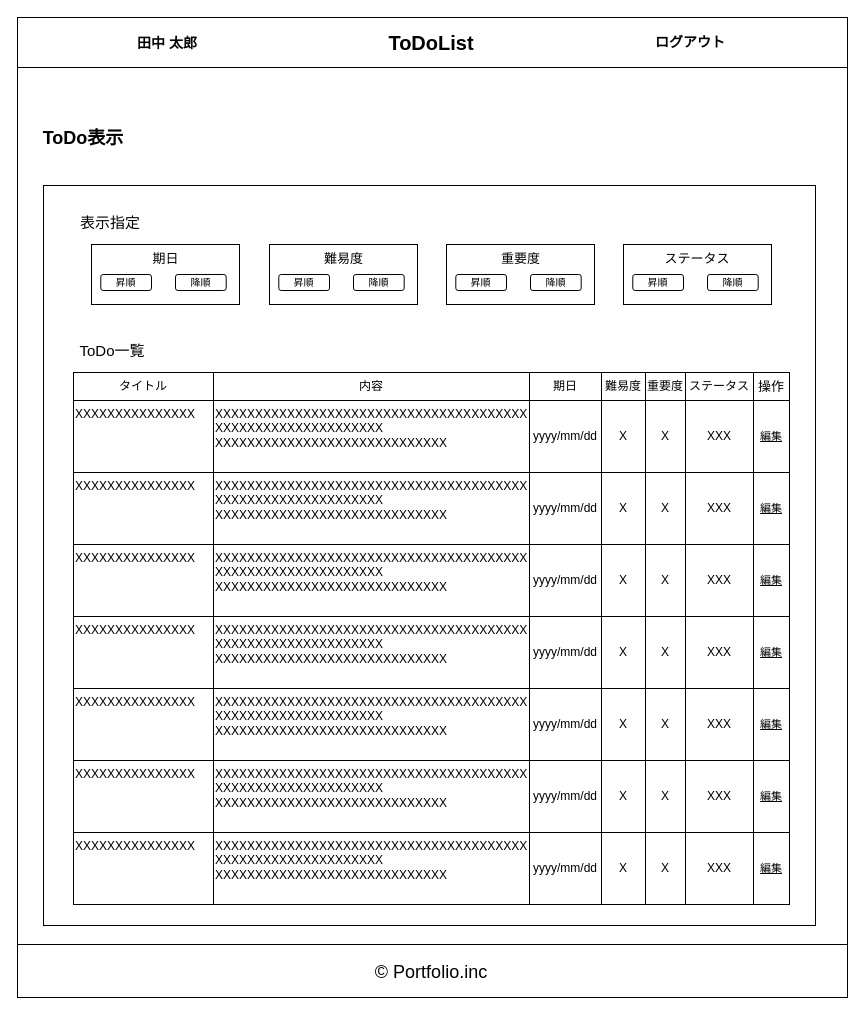
Earlier version of the draw.io diagram portfolio03/01/layout/todo_show/portfolio03_01_todo_show.drawio (RRRYOOO/portfolio). Source tidied: cells renumbered, new cells numbered last; positions are measured from the earlier drawing's top-left corner, leaving out a move shared by most shapes. Both pictures are drawn from the tidied source at 100%, with x=0, y=0 at pixel (17, 17).
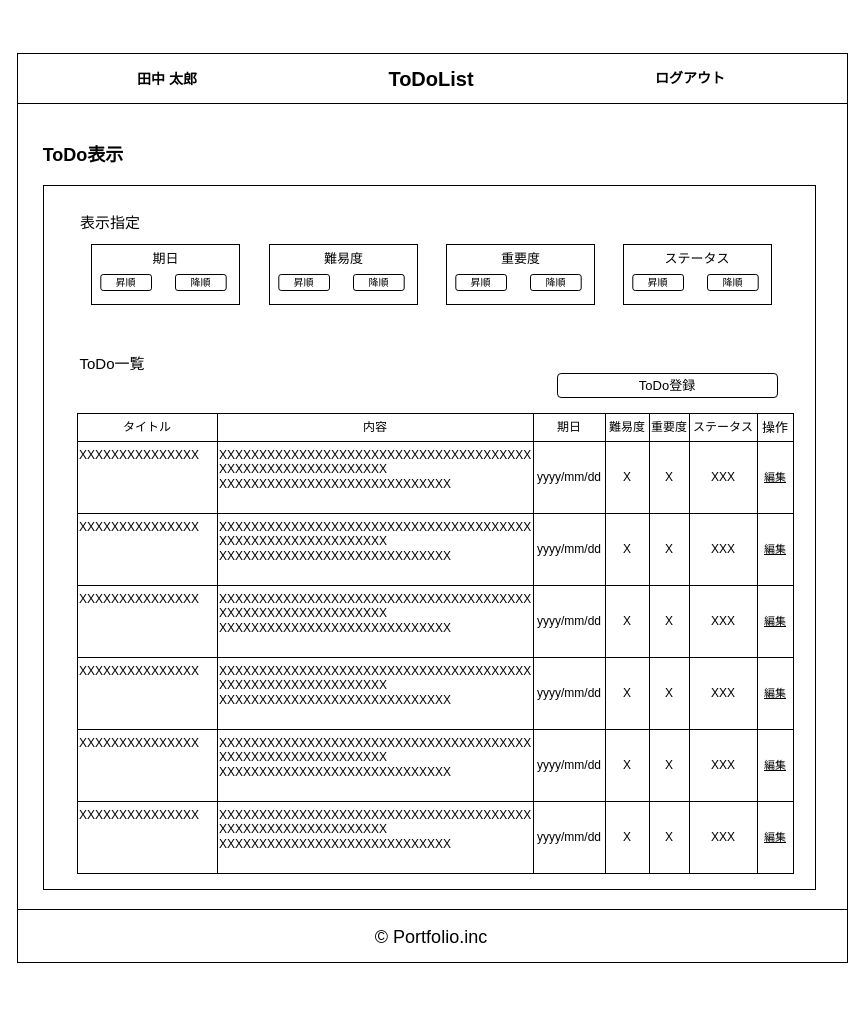
The same diagram, later.

Commit message (it also covers changes not shown here):
created the layout of todo show.

Unchanged cells that the change refers to:
```xml
<mxCell id="2" style="group;" parent="1" vertex="1">
  <mxGeometry width="830" height="972" as="geometry" />
</mxCell>
<mxCell id="21" style="group;" parent="20" vertex="1">
  <mxGeometry width="748" height="72" as="geometry" />
</mxCell>
<mxCell id="22" value="XXXXXXXXXXXXXXX" style="rounded=0;whiteSpace=wrap;html=1;align=left;verticalAlign=top;" parent="21" vertex="1">
  <mxGeometry width="140" height="72" as="geometry" />
</mxCell>
<mxCell id="23" value="XXXXXXXXXXXXXXXXXXXXXXXXXXXXXXXXXXXXXXX&lt;br&gt;XXXXXXXXXXXXXXXXXXXXX&lt;br&gt;XXXXXXXXXXXXXXXXXXXXXXXXXXXXX" style="rounded=0;whiteSpace=wrap;html=1;verticalAlign=top;align=left;" parent="21" vertex="1">
  <mxGeometry x="140" width="316" height="72" as="geometry" />
</mxCell>
```

The edit, as a diff of the source:
```diff
@@
     <mxCell id="3" style="rounded=0;whiteSpace=wrap;html=1;" parent="2" vertex="1">
-      <mxGeometry y="0.5" width="830" height="971.5" as="geometry" />
+      <mxGeometry y="60" width="830" height="864" as="geometry" />
     </mxCell>
     <mxCell id="4" style="rounded=0;whiteSpace=wrap;html=1;" parent="2" vertex="1">
-      <mxGeometry width="830" height="50" as="geometry" />
+      <mxGeometry y="36" width="830" height="50" as="geometry" />
     </mxCell>
     <mxCell id="5" style="rounded=0;whiteSpace=wrap;html=1;" parent="2" vertex="1">
-      <mxGeometry y="927" width="830" height="53" as="geometry" />
+      <mxGeometry y="892" width="830" height="53" as="geometry" />
     </mxCell>
     <mxCell id="6" value="&lt;font style=&quot;font-size: 18px&quot;&gt;© Portfolio.inc&lt;/font&gt;" style="text;html=1;strokeColor=none;fillColor=none;align=center;verticalAlign=middle;whiteSpace=wrap;rounded=0;fontSize=20;" parent="2" vertex="1">
-      <mxGeometry x="298" y="943.5" width="232" height="20" as="geometry" />
+      <mxGeometry x="298" y="908.5" width="232" height="20" as="geometry" />
     </mxCell>
     <mxCell id="7" value="&lt;font size=&quot;1&quot;&gt;&lt;b style=&quot;font-size: 18px&quot;&gt;ToDo表示&lt;/b&gt;&lt;/font&gt;" style="text;html=1;strokeColor=none;fillColor=none;align=center;verticalAlign=middle;whiteSpace=wrap;rounded=0;fontSize=17;" parent="2" vertex="1">
-      <mxGeometry x="16" y="111" width="100" height="20" as="geometry" />
+      <mxGeometry x="16" y="128" width="100" height="20" as="geometry" />
     </mxCell>
     <mxCell id="8" value="&lt;b&gt;&lt;font style=&quot;font-size: 20px&quot;&gt;ToDoList&lt;/font&gt;&lt;/b&gt;" style="text;html=1;strokeColor=none;fillColor=none;align=center;verticalAlign=middle;whiteSpace=wrap;rounded=0;strokeWidth=4;" parent="2" vertex="1">
-      <mxGeometry x="334" y="10" width="160" height="30" as="geometry" />
+      <mxGeometry x="334" y="46" width="160" height="30" as="geometry" />
     </mxCell>
     <mxCell id="9" value="&lt;span style=&quot;font-size: 14px;&quot;&gt;&lt;b style=&quot;font-size: 14px;&quot;&gt;田中 太郎&lt;/b&gt;&lt;/span&gt;" style="text;html=1;strokeColor=none;fillColor=none;align=center;verticalAlign=middle;whiteSpace=wrap;rounded=0;fontSize=14;" parent="2" vertex="1">
-      <mxGeometry x="100" y="16" width="100" height="20" as="geometry" />
+      <mxGeometry x="100" y="52" width="100" height="20" as="geometry" />
     </mxCell>
     <mxCell id="10" value="&lt;b&gt;ログアウト&lt;/b&gt;" style="text;html=1;strokeColor=none;fillColor=none;align=center;verticalAlign=middle;whiteSpace=wrap;rounded=0;fontSize=14;" parent="2" vertex="1">
-      <mxGeometry x="623" y="15" width="100" height="20" as="geometry" />
+      <mxGeometry x="623" y="51" width="100" height="20" as="geometry" />
     </mxCell>
     <mxCell id="11" style="rounded=0;whiteSpace=wrap;html=1;fillColor=none;" parent="2" vertex="1">
-      <mxGeometry x="26" y="168" width="772" height="740" as="geometry" />
+      <mxGeometry x="26" y="168" width="772" height="704" as="geometry" />
     </mxCell>
+    <mxCell id="98" value="ToDo一覧" style="text;html=1;strokeColor=none;fillColor=none;align=center;verticalAlign=middle;whiteSpace=wrap;rounded=0;fontSize=15;" parent="2" vertex="1">
+      <mxGeometry x="57" y="336" width="76" height="20" as="geometry" />
+    </mxCell>
     <mxCell id="12" style="group;" parent="1" vertex="1">
-      <mxGeometry x="56" y="355" width="748" height="460" as="geometry" />
+      <mxGeometry x="60" y="396" width="748" height="460" as="geometry" />
     </mxCell>
@@
+    <mxCell id="108" style="edgeStyle=orthogonalEdgeStyle;rounded=0;jettySize=auto;html=1;exitX=0;exitY=0.75;exitDx=0;exitDy=0;entryX=1;entryY=0.75;entryDx=0;entryDy=0;fontSize=13;" parent="21" edge="1" source="23" target="22">
+      <mxGeometry relative="1" as="geometry" />
+    </mxCell>
@@
-    <mxCell id="98" value="ToDo一覧" style="text;html=1;strokeColor=none;fillColor=none;align=center;verticalAlign=middle;whiteSpace=wrap;rounded=0;fontSize=15;" parent="1" vertex="1">
-      <mxGeometry x="57" y="323" width="76" height="20" as="geometry" />
-    </mxCell>
-    <mxCell id="99" style="group;align=left;verticalAlign=top;fontSize=11;" parent="1" vertex="1">
-      <mxGeometry x="56" y="815" width="748" height="72" as="geometry" />
-    </mxCell>
-    <mxCell id="100" style="group;" parent="99" vertex="1">
-      <mxGeometry width="748" height="72" as="geometry" />
-    </mxCell>
-    <mxCell id="101" value="XXXXXXXXXXXXXXX" style="rounded=0;whiteSpace=wrap;html=1;align=left;verticalAlign=top;" parent="100" vertex="1">
-      <mxGeometry width="140" height="72" as="geometry" />
-    </mxCell>
-    <mxCell id="102" value="XXXXXXXXXXXXXXXXXXXXXXXXXXXXXXXXXXXXXXX&lt;br&gt;XXXXXXXXXXXXXXXXXXXXX&lt;br&gt;XXXXXXXXXXXXXXXXXXXXXXXXXXXXX" style="rounded=0;whiteSpace=wrap;html=1;verticalAlign=top;align=left;" parent="100" vertex="1">
-      <mxGeometry x="140" width="316" height="72" as="geometry" />
-    </mxCell>
-    <mxCell id="103" value="yyyy/mm/dd" style="rounded=0;whiteSpace=wrap;html=1;" parent="100" vertex="1">
-      <mxGeometry x="456" width="72" height="72" as="geometry" />
-    </mxCell>
-    <mxCell id="104" value="X" style="rounded=0;whiteSpace=wrap;html=1;" parent="100" vertex="1">
-      <mxGeometry x="528" width="44" height="72" as="geometry" />
-    </mxCell>
-    <mxCell id="105" value="X" style="rounded=0;whiteSpace=wrap;html=1;" parent="100" vertex="1">
-      <mxGeometry x="572" width="40" height="72" as="geometry" />
-    </mxCell>
-    <mxCell id="106" value="XXX" style="rounded=0;whiteSpace=wrap;html=1;" parent="100" vertex="1">
-      <mxGeometry x="612" width="68" height="72" as="geometry" />
-    </mxCell>
-    <mxCell id="107" value="編集" style="rounded=0;whiteSpace=wrap;html=1;fontStyle=4;fontSize=11;" parent="1" vertex="1">
-      <mxGeometry x="736" y="815" width="36" height="72" as="geometry" />
-    </mxCell>
+    <mxCell id="109" value="ToDo登録" style="rounded=1;whiteSpace=wrap;html=1;fontSize=13;align=center;" parent="1" vertex="1">
+      <mxGeometry x="540" y="356" width="220" height="24" as="geometry" />
+    </mxCell>
```
